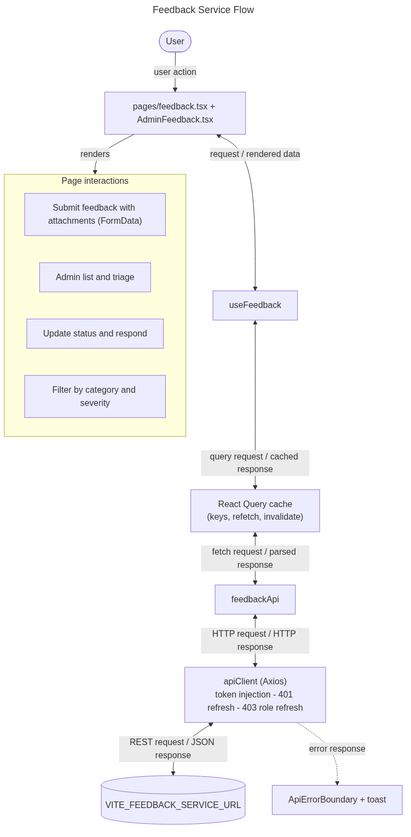
sayeeduddinofficial/user-table-view keeps this Mermaid diagram as docs/flowcharts/png/feedback.png. Above is the earlier version. Its source is kept beside it as docs/flowcharts/feedback.mmd.
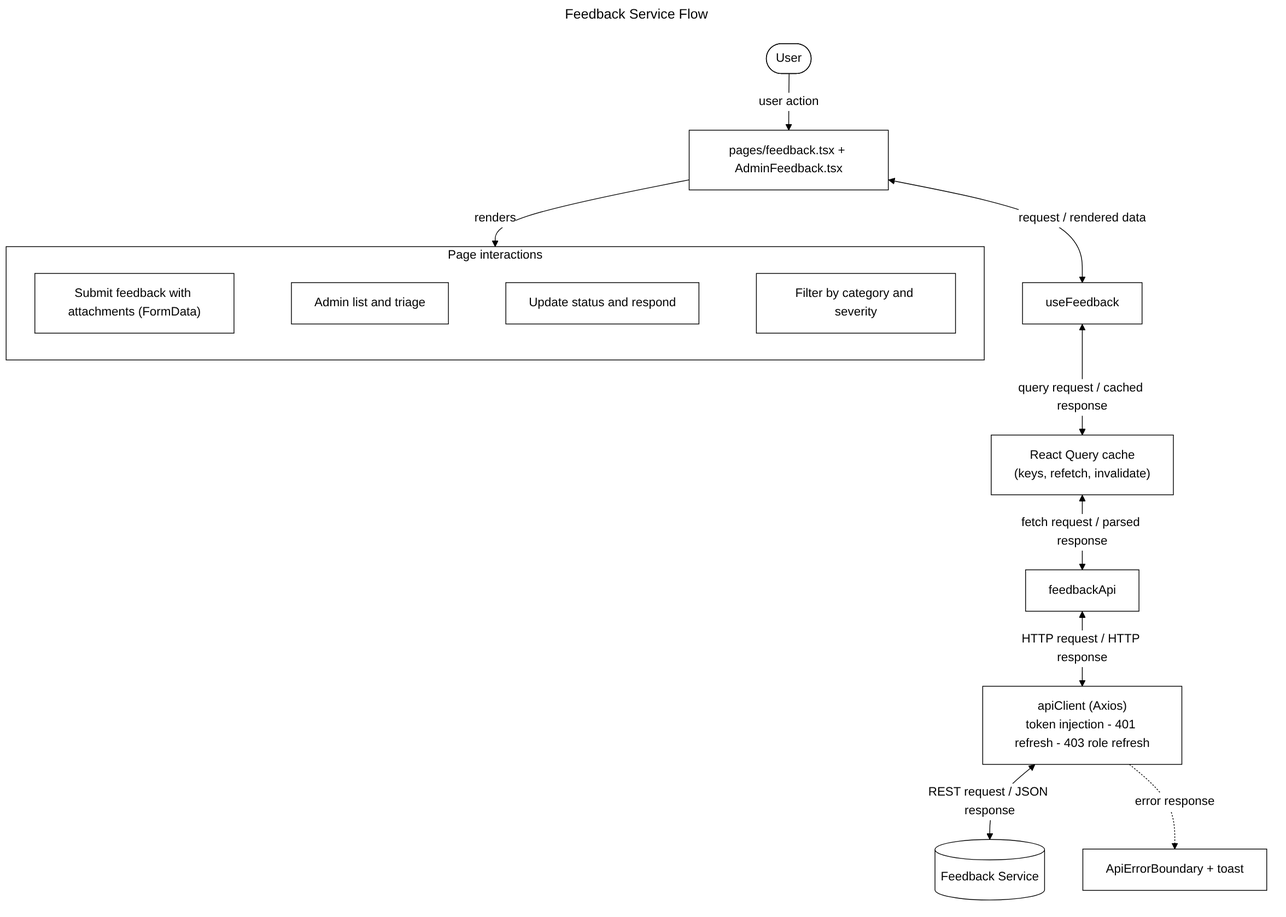
Above is the later version.

The edit, as a diff of the source:
```diff
@@ -7,12 +7,14 @@
   H <-->|"query request / cached response"| Q["React Query cache<br/>(keys, refetch, invalidate)"]
   Q <-->|"fetch request / parsed response"| A["feedbackApi"]
   A <-->|"HTTP request / HTTP response"| C["apiClient (Axios)<br/>token injection - 401 refresh - 403 role refresh"]
-  C <-->|"REST request / JSON response"| S[("VITE_FEEDBACK_SERVICE_URL")]
+  C <-->|"REST request / JSON response"| S[("Feedback Service")]
   P -->|"renders"| UI
   subgraph UI[Page interactions]
+    direction LR
     S0["Submit feedback with attachments (FormData)"]
     S1["Admin list and triage"]
     S2["Update status and respond"]
     S3["Filter by category and severity"]
+    S0 ~~~ S1 ~~~ S2 ~~~ S3
   end
   C -. "error response" .-> E["ApiErrorBoundary + toast"]
```
